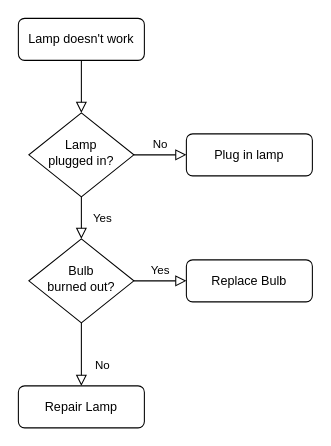
This is Untitled Diagram.drawio from Leehon008/mermaid-tut, a draw.io file, before an edit. Source tidied: cells renumbered, new cells numbered last; positions are measured from the earlier drawing's top-left corner, leaving out a move shared by most shapes. Both pictures are drawn from the tidied source at 105%, with x=0, y=0 at pixel (18, 18).
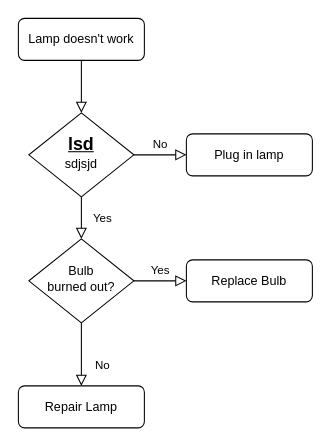
The same page after the edit.

Change to the diagram source:
```diff
@@
 <mxGraphModel>
   <root>
     <mxCell id="0" />
     <mxCell id="1" parent="0" />
     <mxCell id="2" style="rounded=0;html=1;jettySize=auto;fontSize=11;endArrow=block;endFill=0;endSize=8;strokeWidth=1;shadow=0;labelBackgroundColor=none;edgeStyle=orthogonalEdgeStyle;" parent="1" edge="1" source="3" target="6">
       <mxGeometry relative="1" as="geometry" />
     </mxCell>
     <mxCell id="3" value="Lamp doesn't work" style="rounded=1;whiteSpace=wrap;html=1;fontSize=12;glass=0;strokeWidth=1;shadow=0;" parent="1" vertex="1">
       <mxGeometry width="120" height="40" as="geometry" />
     </mxCell>
     <mxCell id="4" value="Yes" style="rounded=0;html=1;jettySize=auto;fontSize=11;endArrow=block;endFill=0;endSize=8;strokeWidth=1;shadow=0;labelBackgroundColor=none;edgeStyle=orthogonalEdgeStyle;" parent="1" edge="1" source="6" target="10">
       <mxGeometry y="20" relative="1" as="geometry" />
     </mxCell>
     <mxCell id="5" value="No" style="edgeStyle=orthogonalEdgeStyle;rounded=0;html=1;jettySize=auto;fontSize=11;endArrow=block;endFill=0;endSize=8;strokeWidth=1;shadow=0;labelBackgroundColor=none;" parent="1" edge="1" source="6" target="7">
       <mxGeometry y="10" relative="1" as="geometry" />
     </mxCell>
-    <mxCell id="6" value="Lamp&lt;br&gt;plugged in?" style="rhombus;whiteSpace=wrap;html=1;shadow=0;fontFamily=Helvetica;fontSize=12;align=center;strokeWidth=1;spacing=6;spacingTop=-4;" parent="1" vertex="1">
+    <mxCell id="6" value="&lt;b&gt;&lt;font style=&quot;font-size: 17px&quot;&gt;&lt;u&gt;lsd&lt;/u&gt;&lt;/font&gt;&lt;/b&gt;&lt;br&gt;sdjsjd" style="rhombus;whiteSpace=wrap;html=1;shadow=0;fontFamily=Helvetica;fontSize=12;align=center;strokeWidth=1;spacing=6;spacingTop=-4;" parent="1" vertex="1">
       <mxGeometry x="10" y="90" width="100" height="80" as="geometry" />
     </mxCell>
     <mxCell id="7" value="Plug in lamp" style="rounded=1;whiteSpace=wrap;html=1;fontSize=12;glass=0;strokeWidth=1;shadow=0;" parent="1" vertex="1">
       <mxGeometry x="160" y="110" width="120" height="40" as="geometry" />
     </mxCell>
     <mxCell id="8" value="No" style="rounded=0;html=1;jettySize=auto;fontSize=11;endArrow=block;endFill=0;endSize=8;strokeWidth=1;shadow=0;labelBackgroundColor=none;edgeStyle=orthogonalEdgeStyle;" parent="1" edge="1" source="10" target="11">
       <mxGeometry x="0.33" y="20" relative="1" as="geometry" />
     </mxCell>
     <mxCell id="9" value="Yes" style="edgeStyle=orthogonalEdgeStyle;rounded=0;html=1;jettySize=auto;fontSize=11;endArrow=block;endFill=0;endSize=8;strokeWidth=1;shadow=0;labelBackgroundColor=none;" parent="1" edge="1" source="10" target="12">
       <mxGeometry y="10" relative="1" as="geometry" />
     </mxCell>
     <mxCell id="10" value="Bulb&lt;br&gt;burned out?" style="rhombus;whiteSpace=wrap;html=1;shadow=0;fontFamily=Helvetica;fontSize=12;align=center;strokeWidth=1;spacing=6;spacingTop=-4;" parent="1" vertex="1">
       <mxGeometry x="10" y="210" width="100" height="80" as="geometry" />
     </mxCell>
     <mxCell id="11" value="Repair Lamp" style="rounded=1;whiteSpace=wrap;html=1;fontSize=12;glass=0;strokeWidth=1;shadow=0;" parent="1" vertex="1">
       <mxGeometry y="350" width="120" height="40" as="geometry" />
     </mxCell>
     <mxCell id="12" value="Replace Bulb" style="rounded=1;whiteSpace=wrap;html=1;fontSize=12;glass=0;strokeWidth=1;shadow=0;" parent="1" vertex="1">
       <mxGeometry x="160" y="230" width="120" height="40" as="geometry" />
     </mxCell>
   </root>
 </mxGraphModel>
```
